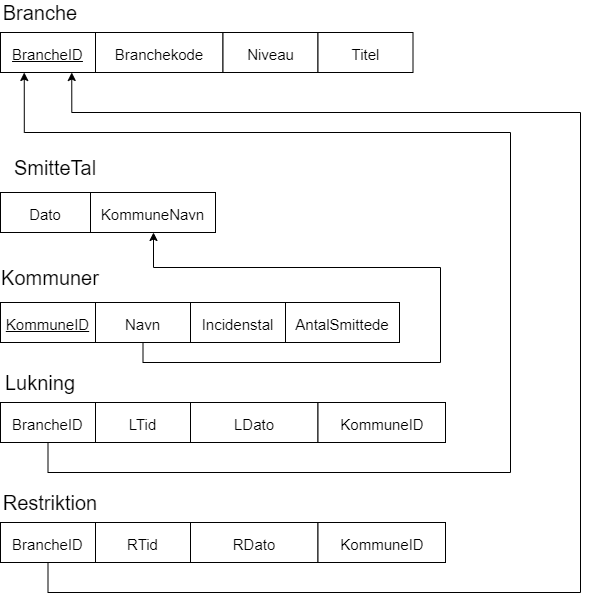
Before: Filer/MappingSkema.png, a diagram exported from draw.io (liam1523/WPF-1semGruppe5). Source tidied: cells renumbered, new cells last; positions are measured from the earlier drawing's top-left corner, leaving out a move shared by most shapes.
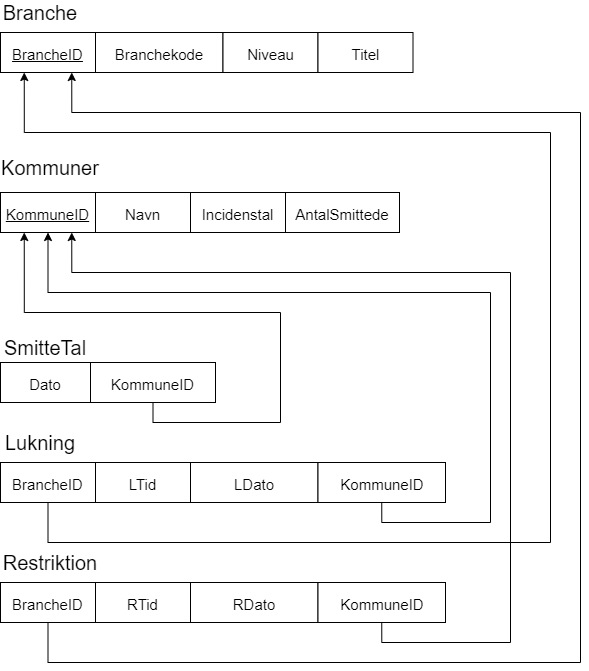
After the change.

Commit message:
sørget for at alle connections bliver lukket

The edit, as a diff of the source:
```diff
@@ -3,7 +3,7 @@
     <mxCell id="0" />
     <mxCell id="1" parent="0" />
     <mxCell id="2" value="SmitteTal" style="text;html=1;strokeColor=none;fillColor=none;align=center;verticalAlign=middle;whiteSpace=wrap;rounded=0;fontSize=20;" parent="1" vertex="1">
-      <mxGeometry y="150" width="110" height="30" as="geometry" />
+      <mxGeometry y="330" width="90" height="30" as="geometry" />
     </mxCell>
     <mxCell id="3" value="Branche" style="text;html=1;strokeColor=none;fillColor=none;align=center;verticalAlign=middle;whiteSpace=wrap;rounded=0;fontSize=20;" parent="1" vertex="1">
       <mxGeometry width="80" height="20" as="geometry" />
@@ -20,86 +20,106 @@
     <mxCell id="7" value="&lt;font style=&quot;font-size: 15px&quot;&gt;Titel&lt;/font&gt;" style="rounded=0;whiteSpace=wrap;html=1;fontSize=20;" parent="1" vertex="1">
       <mxGeometry x="317.5" y="30" width="95" height="40" as="geometry" />
     </mxCell>
+    <mxCell id="28" style="edgeStyle=orthogonalEdgeStyle;rounded=0;jettySize=auto;html=1;exitX=0.5;exitY=1;exitDx=0;exitDy=0;entryX=0.25;entryY=1;entryDx=0;entryDy=0;" parent="1" edge="1" source="8" target="21">
+      <mxGeometry relative="1" as="geometry">
+        <Array as="points">
+          <mxPoint x="153" y="420" />
+          <mxPoint x="280" y="420" />
+          <mxPoint x="280" y="310" />
+          <mxPoint x="24" y="310" />
+        </Array>
+      </mxGeometry>
+    </mxCell>
-    <mxCell id="8" value="&lt;font style=&quot;font-size: 15px&quot;&gt;KommuneNavn&lt;/font&gt;" style="rounded=0;whiteSpace=wrap;html=1;fontSize=20;" parent="1" vertex="1">
-      <mxGeometry x="90" y="190" width="125" height="40" as="geometry" />
+    <mxCell id="8" value="&lt;span style=&quot;font-size: 15px&quot;&gt;KommuneID&lt;/span&gt;" style="rounded=0;whiteSpace=wrap;html=1;fontSize=20;" parent="1" vertex="1">
+      <mxGeometry x="90" y="360" width="125" height="40" as="geometry" />
     </mxCell>
     <mxCell id="9" value="&lt;font style=&quot;font-size: 15px&quot;&gt;Incidenstal&lt;/font&gt;" style="rounded=0;whiteSpace=wrap;html=1;fontSize=20;" parent="1" vertex="1">
-      <mxGeometry x="190" y="300" width="95" height="40" as="geometry" />
+      <mxGeometry x="190" y="190" width="95" height="40" as="geometry" />
     </mxCell>
     <mxCell id="10" value="Lukning" style="text;html=1;strokeColor=none;fillColor=none;align=center;verticalAlign=middle;whiteSpace=wrap;rounded=0;fontSize=20;" parent="1" vertex="1">
-      <mxGeometry y="370" width="80" height="20" as="geometry" />
+      <mxGeometry y="430" width="80" height="20" as="geometry" />
     </mxCell>
     <mxCell id="11" style="edgeStyle=orthogonalEdgeStyle;rounded=0;jettySize=auto;html=1;fontSize=20;entryX=0.25;entryY=1;entryDx=0;entryDy=0;" parent="1" edge="1" source="12" target="4">
       <mxGeometry relative="1" as="geometry">
         <Array as="points">
-          <mxPoint x="48" y="470" />
-          <mxPoint x="510" y="470" />
-          <mxPoint x="510" y="130" />
+          <mxPoint x="48" y="540" />
+          <mxPoint x="550" y="540" />
+          <mxPoint x="550" y="130" />
           <mxPoint x="24" y="130" />
         </Array>
       </mxGeometry>
     </mxCell>
     <mxCell id="12" value="&lt;font style=&quot;font-size: 15px&quot;&gt;BrancheID&lt;/font&gt;" style="rounded=0;whiteSpace=wrap;html=1;fontSize=20;" parent="1" vertex="1">
-      <mxGeometry y="400" width="95" height="40" as="geometry" />
+      <mxGeometry y="460" width="95" height="40" as="geometry" />
     </mxCell>
     <mxCell id="13" value="&lt;font style=&quot;font-size: 15px&quot;&gt;LTid&lt;/font&gt;" style="rounded=0;whiteSpace=wrap;html=1;fontSize=20;" parent="1" vertex="1">
-      <mxGeometry x="95" y="400" width="95" height="40" as="geometry" />
+      <mxGeometry x="95" y="460" width="95" height="40" as="geometry" />
     </mxCell>
     <mxCell id="14" value="&lt;font style=&quot;font-size: 15px&quot;&gt;LDato&lt;/font&gt;" style="rounded=0;whiteSpace=wrap;html=1;fontSize=20;" parent="1" vertex="1">
-      <mxGeometry x="190" y="400" width="127.5" height="40" as="geometry" />
+      <mxGeometry x="190" y="460" width="127.5" height="40" as="geometry" />
     </mxCell>
     <mxCell id="15" value="Restriktion" style="text;html=1;strokeColor=none;fillColor=none;align=center;verticalAlign=middle;whiteSpace=wrap;rounded=0;fontSize=20;" parent="1" vertex="1">
-      <mxGeometry y="490" width="100" height="20" as="geometry" />
+      <mxGeometry y="550" width="100" height="20" as="geometry" />
     </mxCell>
     <mxCell id="16" style="edgeStyle=orthogonalEdgeStyle;rounded=0;jettySize=auto;html=1;entryX=0.75;entryY=1;entryDx=0;entryDy=0;fontSize=20;" parent="1" edge="1" source="17" target="4">
       <mxGeometry relative="1" as="geometry">
         <Array as="points">
-          <mxPoint x="48" y="590" />
-          <mxPoint x="580" y="590" />
+          <mxPoint x="48" y="660" />
+          <mxPoint x="580" y="660" />
           <mxPoint x="580" y="110" />
           <mxPoint x="71" y="110" />
         </Array>
       </mxGeometry>
     </mxCell>
     <mxCell id="17" value="&lt;font style=&quot;font-size: 15px&quot;&gt;BrancheID&lt;/font&gt;" style="rounded=0;whiteSpace=wrap;html=1;fontSize=20;" parent="1" vertex="1">
-      <mxGeometry y="520" width="95" height="40" as="geometry" />
+      <mxGeometry y="580" width="95" height="40" as="geometry" />
     </mxCell>
     <mxCell id="18" value="&lt;font style=&quot;font-size: 15px&quot;&gt;RTid&lt;/font&gt;" style="rounded=0;whiteSpace=wrap;html=1;fontSize=20;" parent="1" vertex="1">
-      <mxGeometry x="95" y="520" width="95" height="40" as="geometry" />
+      <mxGeometry x="95" y="580" width="95" height="40" as="geometry" />
     </mxCell>
     <mxCell id="19" value="&lt;font style=&quot;font-size: 15px&quot;&gt;RDato&lt;/font&gt;" style="rounded=0;whiteSpace=wrap;html=1;fontSize=20;" parent="1" vertex="1">
-      <mxGeometry x="190" y="520" width="127.5" height="40" as="geometry" />
+      <mxGeometry x="190" y="580" width="127.5" height="40" as="geometry" />
     </mxCell>
     <mxCell id="20" value="Kommuner" style="text;html=1;strokeColor=none;fillColor=none;align=center;verticalAlign=middle;whiteSpace=wrap;rounded=0;fontSize=20;" parent="1" vertex="1">
-      <mxGeometry y="260" width="100" height="30" as="geometry" />
+      <mxGeometry y="150" width="100" height="30" as="geometry" />
     </mxCell>
     <mxCell id="21" value="&lt;font style=&quot;font-size: 15px&quot;&gt;&lt;u&gt;KommuneID&lt;/u&gt;&lt;/font&gt;" style="rounded=0;whiteSpace=wrap;html=1;fontSize=20;" parent="1" vertex="1">
-      <mxGeometry y="300" width="95" height="40" as="geometry" />
+      <mxGeometry y="190" width="95" height="40" as="geometry" />
     </mxCell>
-    <mxCell id="22" style="edgeStyle=orthogonalEdgeStyle;rounded=0;jettySize=auto;html=1;exitX=0.5;exitY=1;exitDx=0;exitDy=0;" parent="1" edge="1" source="23" target="8">
-      <mxGeometry relative="1" as="geometry">
-        <Array as="points">
-          <mxPoint x="143" y="360" />
-          <mxPoint x="440" y="360" />
-          <mxPoint x="440" y="265" />
-          <mxPoint x="153" y="265" />
-        </Array>
-      </mxGeometry>
-    </mxCell>
     <mxCell id="23" value="&lt;font style=&quot;font-size: 15px&quot;&gt;Navn&lt;/font&gt;" style="rounded=0;whiteSpace=wrap;html=1;fontSize=20;" parent="1" vertex="1">
-      <mxGeometry x="95" y="300" width="95" height="40" as="geometry" />
+      <mxGeometry x="95" y="190" width="95" height="40" as="geometry" />
     </mxCell>
     <mxCell id="24" value="&lt;font style=&quot;font-size: 15px&quot;&gt;AntalSmittede&lt;/font&gt;" style="rounded=0;whiteSpace=wrap;html=1;fontSize=20;" parent="1" vertex="1">
-      <mxGeometry x="285" y="300" width="114" height="40" as="geometry" />
+      <mxGeometry x="285" y="190" width="114" height="40" as="geometry" />
     </mxCell>
     <mxCell id="25" value="&lt;span style=&quot;font-size: 15px&quot;&gt;Dato&lt;/span&gt;" style="rounded=0;whiteSpace=wrap;html=1;fontSize=20;" parent="1" vertex="1">
-      <mxGeometry y="190" width="90" height="40" as="geometry" />
+      <mxGeometry y="360" width="90" height="40" as="geometry" />
     </mxCell>
+    <mxCell id="29" style="edgeStyle=orthogonalEdgeStyle;rounded=0;jettySize=auto;html=1;entryX=0.5;entryY=1;entryDx=0;entryDy=0;exitX=0.5;exitY=1;exitDx=0;exitDy=0;" parent="1" edge="1" source="26" target="21">
+      <mxGeometry relative="1" as="geometry">
+        <Array as="points">
+          <mxPoint x="381" y="520" />
+          <mxPoint x="490" y="520" />
+          <mxPoint x="490" y="290" />
+          <mxPoint x="48" y="290" />
+        </Array>
+      </mxGeometry>
+    </mxCell>
     <mxCell id="26" value="&lt;font style=&quot;font-size: 15px&quot;&gt;KommuneID&lt;/font&gt;" style="rounded=0;whiteSpace=wrap;html=1;fontSize=20;" parent="1" vertex="1">
-      <mxGeometry x="317.5" y="400" width="127.5" height="40" as="geometry" />
+      <mxGeometry x="317.5" y="460" width="127.5" height="40" as="geometry" />
     </mxCell>
+    <mxCell id="30" style="edgeStyle=orthogonalEdgeStyle;rounded=0;jettySize=auto;html=1;exitX=0.5;exitY=1;exitDx=0;exitDy=0;entryX=0.75;entryY=1;entryDx=0;entryDy=0;" parent="1" edge="1" source="27" target="21">
+      <mxGeometry relative="1" as="geometry">
+        <Array as="points">
+          <mxPoint x="381" y="640" />
+          <mxPoint x="510" y="640" />
+          <mxPoint x="510" y="270" />
+          <mxPoint x="71" y="270" />
+        </Array>
+      </mxGeometry>
+    </mxCell>
     <mxCell id="27" value="&lt;font style=&quot;font-size: 15px&quot;&gt;KommuneID&lt;/font&gt;" style="rounded=0;whiteSpace=wrap;html=1;fontSize=20;" parent="1" vertex="1">
-      <mxGeometry x="317.5" y="520" width="127.5" height="40" as="geometry" />
+      <mxGeometry x="317.5" y="580" width="127.5" height="40" as="geometry" />
     </mxCell>
   </root>
 </mxGraphModel>
```
